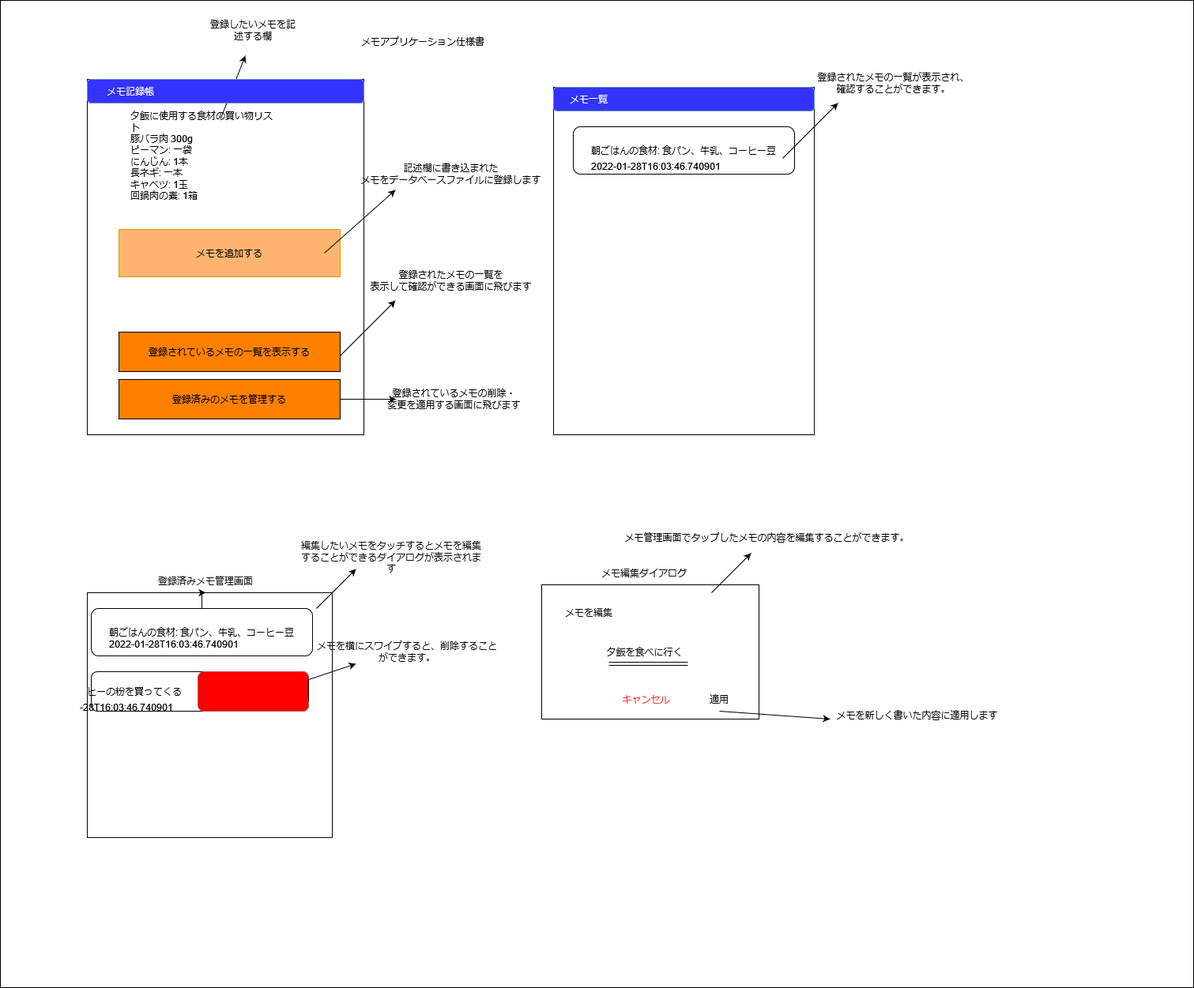
h0tcatSub/MemoApplication keeps this draw.io diagram as MemoAppShiyousho.png. Above is the earlier version. Source tidied: cells renumbered, new cells last; positions are measured from the earlier drawing's top-left corner, leaving out a move shared by most shapes.
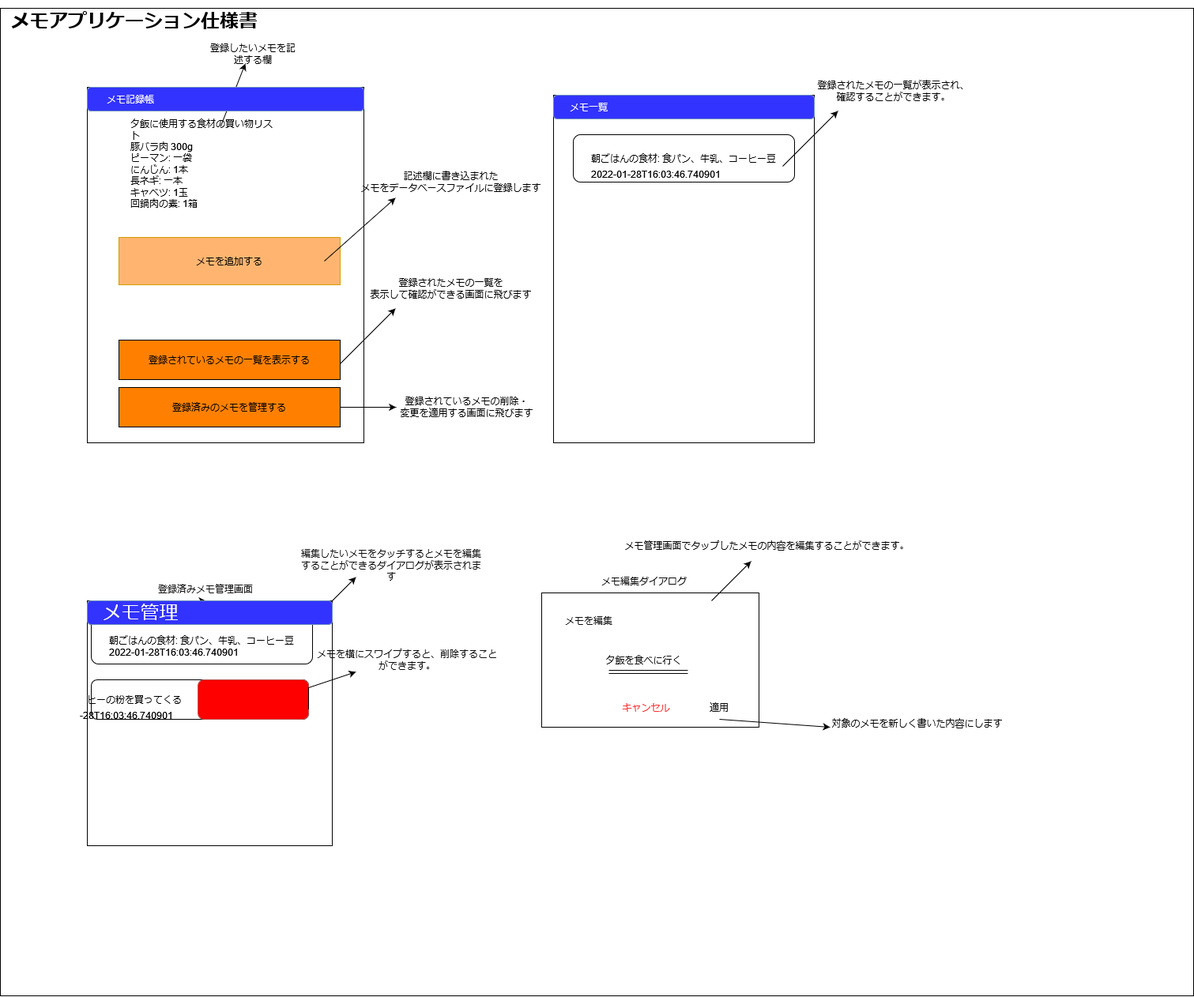
Above is the later version.

Commit message:
デザインを更新

The edit, as a diff of the source:
```diff
@@ -8,8 +8,8 @@
     <mxCell id="3" style="rounded=0;whiteSpace=wrap;html=1;" parent="1" vertex="1">
       <mxGeometry x="110" y="100" width="350" height="450" as="geometry" />
     </mxCell>
-    <mxCell id="4" value="&lt;div&gt;メモアプリケーション仕様書&lt;/div&gt;&lt;div&gt;&lt;br&gt;&lt;/div&gt;" style="text;html=1;strokeColor=none;fillColor=none;align=center;verticalAlign=middle;whiteSpace=wrap;rounded=0;" parent="1" vertex="1">
-      <mxGeometry x="370" y="20" width="330" height="80" as="geometry" />
+    <mxCell id="4" value="&lt;div style=&quot;font-size: 24px;&quot;&gt;メモアプリケーション仕様書&lt;/div&gt;&lt;div style=&quot;font-size: 24px;&quot;&gt;&lt;br style=&quot;font-size: 24px;&quot;&gt;&lt;/div&gt;" style="text;html=1;strokeColor=none;fillColor=none;align=center;verticalAlign=middle;whiteSpace=wrap;rounded=0;fontStyle=1;fontSize=24;" parent="1" vertex="1">
+      <mxGeometry x="5" y="-10" width="330" height="80" as="geometry" />
     </mxCell>
     <mxCell id="5" value="&lt;div&gt;夕飯に使用する食材の買い物リスト&lt;/div&gt;&lt;div&gt;豚バラ肉 300g&lt;/div&gt;&lt;div&gt;ピーマン: 一袋&lt;/div&gt;&lt;div&gt;にんじん: 1本&lt;/div&gt;&lt;div&gt;長ネギ: 一本&lt;/div&gt;&lt;div&gt;キャベツ: 1玉&lt;/div&gt;&lt;div&gt;回鍋肉の素: 1箱&lt;/div&gt;&lt;div&gt;&lt;br&gt;&lt;/div&gt;" style="text;html=1;strokeColor=none;fillColor=none;spacing=5;spacingTop=-20;whiteSpace=wrap;overflow=hidden;rounded=0;" parent="1" vertex="1">
       <mxGeometry x="160" y="150" width="190" height="120" as="geometry" />
@@ -20,7 +20,7 @@
       </mxGeometry>
     </mxCell>
     <mxCell id="7" value="&lt;div&gt;登録したいメモを記述する欄&lt;/div&gt;&lt;div&gt;&lt;br&gt;&lt;/div&gt;" style="text;html=1;strokeColor=none;fillColor=none;align=center;verticalAlign=middle;whiteSpace=wrap;rounded=0;" parent="1" vertex="1">
-      <mxGeometry x="260" y="30" width="120" height="30" as="geometry" />
+      <mxGeometry x="260" y="50" width="120" height="30" as="geometry" />
     </mxCell>
     <mxCell id="8" value="&lt;div&gt;メモを追加する&lt;/div&gt;" style="rounded=0;whiteSpace=wrap;html=1;fillColor=#FFB570;strokeColor=#d79b00;" parent="1" vertex="1">
       <mxGeometry x="150" y="290" width="280" height="60" as="geometry" />
@@ -58,7 +58,7 @@
       </mxGeometry>
     </mxCell>
     <mxCell id="16" value="&lt;div&gt;登録されているメモの削除・&lt;/div&gt;&lt;div&gt;変更を適用する画面に飛びます&lt;br&gt;&lt;/div&gt;" style="text;html=1;align=center;verticalAlign=middle;strokeColor=none;fillColor=none;" parent="1" vertex="1">
-      <mxGeometry x="484" y="490" width="180" height="30" as="geometry" />
+      <mxGeometry x="500" y="490" width="180" height="30" as="geometry" />
     </mxCell>
     <mxCell id="17" style="whiteSpace=wrap;html=1;" parent="1" vertex="1">
       <mxGeometry x="110" y="750" width="310" height="310" as="geometry" />
@@ -184,8 +184,14 @@
         <mxPoint x="1050" y="910" as="targetPoint" />
       </mxGeometry>
     </mxCell>
-    <mxCell id="50" value="メモを新しく書いた内容に適用します" style="text;html=1;align=center;verticalAlign=middle;strokeColor=none;fillColor=none;fontColor=#030101;" parent="1" vertex="1">
-      <mxGeometry x="1050" y="895" width="220" height="20" as="geometry" />
+    <mxCell id="50" value="対象のメモを新しく書いた内容にします" style="text;html=1;align=center;verticalAlign=middle;strokeColor=none;fillColor=none;fontColor=#030101;" parent="1" vertex="1">
+      <mxGeometry x="1045" y="895" width="230" height="20" as="geometry" />
     </mxCell>
+    <mxCell id="51" style="rounded=1;whiteSpace=wrap;html=1;fillColor=#3333FF;strokeColor=#6c8ebf;" parent="1" vertex="1">
+      <mxGeometry x="110" y="750" width="310" height="30" as="geometry" />
+    </mxCell>
+    <mxCell id="52" value="メモ管理" style="text;html=1;strokeColor=none;fillColor=none;align=center;verticalAlign=middle;whiteSpace=wrap;rounded=0;fontSize=24;fontColor=#FFFFFF;" parent="1" vertex="1">
+      <mxGeometry x="115" y="750" width="125" height="30" as="geometry" />
+    </mxCell>
   </root>
 </mxGraphModel>
```
